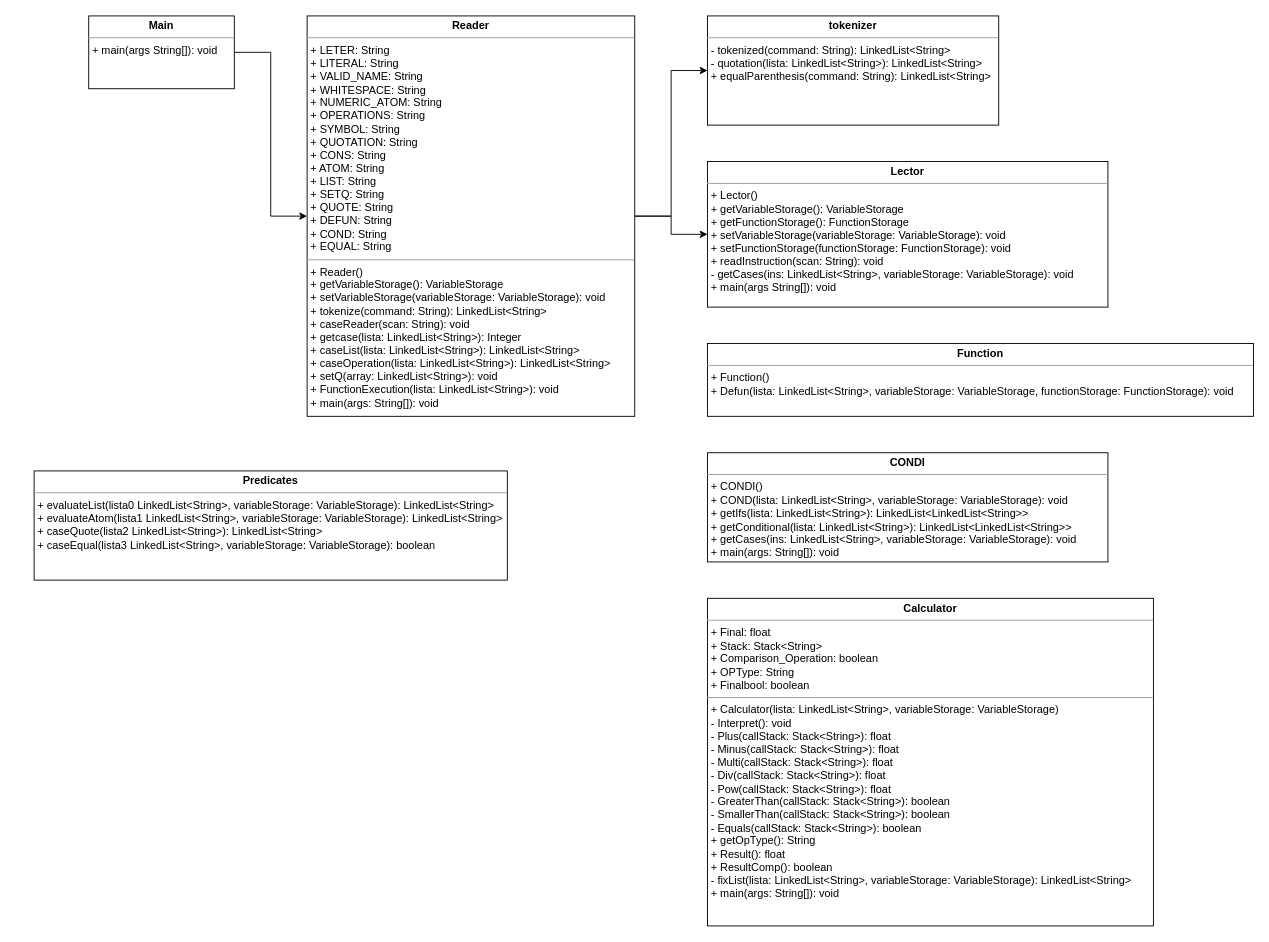
Above: Proyecto1/Fases/Fase2/Class Diagram.drawio in DiggsPapu/Proyect1_Lisp_Interpreter (draw.io), before the change. Source tidied: cells renumbered, new cells numbered last; positions are measured from the earlier drawing's top-left corner, leaving out a move shared by most shapes. Both pictures are drawn from the tidied source at 91%, with x=0, y=0 at pixel (34, 15).
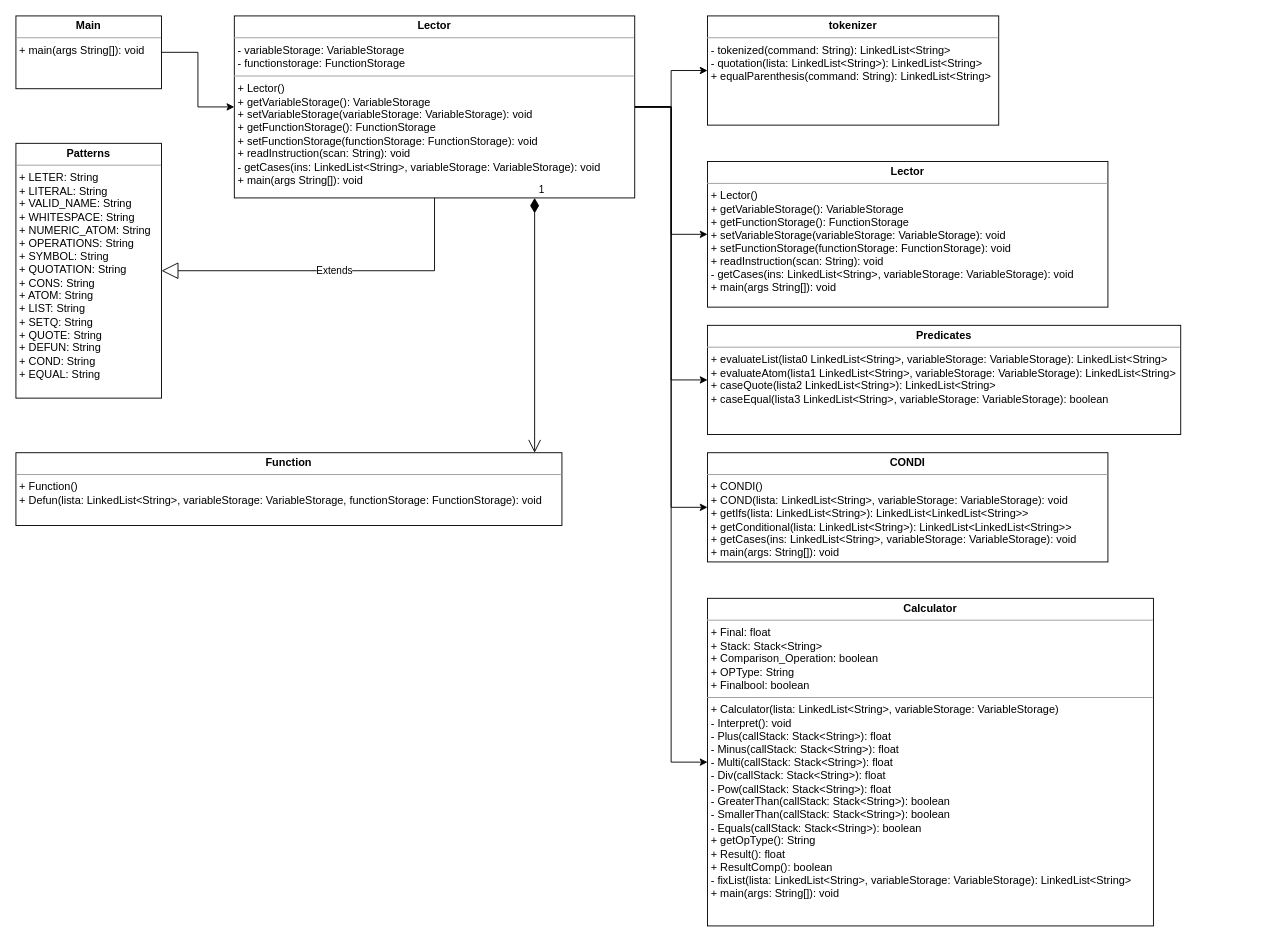
After the change.

Unchanged cells that the change refers to:
```xml
<mxCell id="10" value="&lt;p style=&quot;margin: 0px ; margin-top: 4px ; text-align: center&quot;&gt;&lt;b&gt;CONDI&lt;/b&gt;&lt;/p&gt;&lt;hr size=&quot;1&quot;&gt;&lt;p style=&quot;margin: 0px ; margin-left: 4px&quot;&gt;+ CONDI()&lt;/p&gt;&lt;p style=&quot;margin: 0px ; margin-left: 4px&quot;&gt;+ COND(lista: LinkedList&amp;lt;String&amp;gt;, variableStorage: VariableStorage): void&lt;/p&gt;&lt;p style=&quot;margin: 0px ; margin-left: 4px&quot;&gt;+ getIfs(lista: LinkedList&amp;lt;String&amp;gt;): LinkedList&amp;lt;LinkedList&amp;lt;String&amp;gt;&amp;gt;&lt;/p&gt;&lt;p style=&quot;margin: 0px ; margin-left: 4px&quot;&gt;+ getConditional(lista: LinkedList&amp;lt;String&amp;gt;): LinkedList&amp;lt;LinkedList&amp;lt;String&amp;gt;&amp;gt;&lt;/p&gt;&lt;p style=&quot;margin: 0px ; margin-left: 4px&quot;&gt;+ getCases(ins: LinkedList&amp;lt;String&amp;gt;, variableStorage: VariableStorage): void&lt;/p&gt;&lt;p style=&quot;margin: 0px ; margin-left: 4px&quot;&gt;+ main(args: String[]): void&lt;/p&gt;" style="verticalAlign=top;align=left;overflow=fill;fontSize=12;fontFamily=Helvetica;html=1;" parent="1" vertex="1">
  <mxGeometry x="740" y="480" width="440" height="120" as="geometry" />
</mxCell>
<mxCell id="11" value="&lt;p style=&quot;margin: 0px ; margin-top: 4px ; text-align: center&quot;&gt;&lt;b&gt;Calculator&lt;/b&gt;&lt;/p&gt;&lt;hr size=&quot;1&quot;&gt;&lt;p style=&quot;margin: 0px ; margin-left: 4px&quot;&gt;+ Final: float&lt;/p&gt;&lt;p style=&quot;margin: 0px ; margin-left: 4px&quot;&gt;+ Stack: Stack&amp;lt;String&amp;gt;&lt;/p&gt;&lt;p style=&quot;margin: 0px ; margin-left: 4px&quot;&gt;+ Comparison_Operation: boolean&lt;/p&gt;&lt;p style=&quot;margin: 0px ; margin-left: 4px&quot;&gt;+ OPType: String&lt;/p&gt;&lt;p style=&quot;margin: 0px ; margin-left: 4px&quot;&gt;+ Finalbool: boolean&lt;/p&gt;&lt;hr size=&quot;1&quot;&gt;&lt;p style=&quot;margin: 0px ; margin-left: 4px&quot;&gt;+ Calculator(lista: LinkedList&amp;lt;String&amp;gt;, variableStorage: VariableStorage)&lt;/p&gt;&lt;p style=&quot;margin: 0px ; margin-left: 4px&quot;&gt;- Interpret(): void&lt;/p&gt;&lt;p style=&quot;margin: 0px ; margin-left: 4px&quot;&gt;- Plus(callStack: Stack&amp;lt;String&amp;gt;): float&lt;/p&gt;&lt;p style=&quot;margin: 0px ; margin-left: 4px&quot;&gt;- Minus(callStack: Stack&amp;lt;String&amp;gt;): float&lt;br&gt;&lt;/p&gt;&lt;p style=&quot;margin: 0px ; margin-left: 4px&quot;&gt;- Multi(callStack: Stack&amp;lt;String&amp;gt;): float&lt;br&gt;&lt;/p&gt;&lt;p style=&quot;margin: 0px ; margin-left: 4px&quot;&gt;- Div(callStack: Stack&amp;lt;String&amp;gt;): float&lt;br&gt;&lt;/p&gt;&lt;p style=&quot;margin: 0px ; margin-left: 4px&quot;&gt;- Pow(callStack: Stack&amp;lt;String&amp;gt;): float&lt;br&gt;&lt;/p&gt;&lt;p style=&quot;margin: 0px ; margin-left: 4px&quot;&gt;- GreaterThan(callStack: Stack&amp;lt;String&amp;gt;): boolean&lt;br&gt;&lt;/p&gt;&lt;p style=&quot;margin: 0px ; margin-left: 4px&quot;&gt;- SmallerThan(callStack: Stack&amp;lt;String&amp;gt;): boolean&lt;br&gt;&lt;/p&gt;&lt;p style=&quot;margin: 0px ; margin-left: 4px&quot;&gt;- Equals(callStack: Stack&amp;lt;String&amp;gt;): boolean&lt;br&gt;&lt;/p&gt;&lt;p style=&quot;margin: 0px ; margin-left: 4px&quot;&gt;+ getOpType(): String&lt;/p&gt;&lt;p style=&quot;margin: 0px ; margin-left: 4px&quot;&gt;+ Result(): float&lt;/p&gt;&lt;p style=&quot;margin: 0px ; margin-left: 4px&quot;&gt;+ ResultComp(): boolean&lt;/p&gt;&lt;p style=&quot;margin: 0px ; margin-left: 4px&quot;&gt;- fixList(lista: LinkedList&amp;lt;String&amp;gt;, variableStorage: VariableStorage): LinkedList&amp;lt;String&amp;gt;&lt;/p&gt;&lt;p style=&quot;margin: 0px ; margin-left: 4px&quot;&gt;+ main(args: String[]): void&lt;/p&gt;" style="verticalAlign=top;align=left;overflow=fill;fontSize=12;fontFamily=Helvetica;html=1;" parent="1" vertex="1">
  <mxGeometry x="740" y="640" width="490" height="360" as="geometry" />
</mxCell>
```

Diff of the diagram source:
```diff
@@
+    <mxCell id="13" style="edgeStyle=orthogonalEdgeStyle;rounded=0;jettySize=auto;html=1;entryX=0;entryY=0.5;entryDx=0;entryDy=0;" parent="1" edge="1" source="4" target="11">
+      <mxGeometry relative="1" as="geometry" />
+    </mxCell>
+    <mxCell id="14" style="edgeStyle=orthogonalEdgeStyle;rounded=0;jettySize=auto;html=1;entryX=0;entryY=0.5;entryDx=0;entryDy=0;" parent="1" edge="1" source="4" target="10">
+      <mxGeometry relative="1" as="geometry" />
+    </mxCell>
+    <mxCell id="15" style="edgeStyle=orthogonalEdgeStyle;rounded=0;jettySize=auto;html=1;entryX=0;entryY=0.5;entryDx=0;entryDy=0;" parent="1" edge="1" source="4" target="12">
+      <mxGeometry relative="1" as="geometry" />
+    </mxCell>
-    <mxCell id="4" value="&lt;p style=&quot;margin: 0px ; margin-top: 4px ; text-align: center&quot;&gt;&lt;b&gt;Reader&lt;/b&gt;&lt;/p&gt;&lt;hr size=&quot;1&quot;&gt;&lt;p style=&quot;margin: 0px ; margin-left: 4px&quot;&gt;+ LETER: String&lt;/p&gt;&lt;p style=&quot;margin: 0px ; margin-left: 4px&quot;&gt;+ LITERAL: String&lt;br&gt;&lt;/p&gt;&lt;p style=&quot;margin: 0px ; margin-left: 4px&quot;&gt;+ VALID_NAME: String&lt;br&gt;&lt;/p&gt;&lt;p style=&quot;margin: 0px ; margin-left: 4px&quot;&gt;+ WHITESPACE: String&lt;br&gt;&lt;/p&gt;&lt;p style=&quot;margin: 0px ; margin-left: 4px&quot;&gt;+ NUMERIC_ATOM: String&lt;br&gt;&lt;/p&gt;&lt;p style=&quot;margin: 0px ; margin-left: 4px&quot;&gt;+ OPERATIONS: String&lt;br&gt;&lt;/p&gt;&lt;p style=&quot;margin: 0px ; margin-left: 4px&quot;&gt;+ SYMBOL: String&lt;br&gt;&lt;/p&gt;&lt;p style=&quot;margin: 0px ; margin-left: 4px&quot;&gt;+ QUOTATION: String&lt;br&gt;&lt;/p&gt;&lt;p style=&quot;margin: 0px ; margin-left: 4px&quot;&gt;+ CONS: String&lt;br&gt;&lt;/p&gt;&lt;p style=&quot;margin: 0px ; margin-left: 4px&quot;&gt;+ ATOM: String&lt;br&gt;&lt;/p&gt;&lt;p style=&quot;margin: 0px ; margin-left: 4px&quot;&gt;+ LIST: String&lt;br&gt;&lt;/p&gt;&lt;p style=&quot;margin: 0px ; margin-left: 4px&quot;&gt;+ SETQ: String&lt;br&gt;&lt;/p&gt;&lt;p style=&quot;margin: 0px ; margin-left: 4px&quot;&gt;+ QUOTE: String&lt;br&gt;&lt;/p&gt;&lt;p style=&quot;margin: 0px ; margin-left: 4px&quot;&gt;+ DEFUN: String&lt;br&gt;&lt;/p&gt;&lt;p style=&quot;margin: 0px ; margin-left: 4px&quot;&gt;+ COND: String&lt;br&gt;&lt;/p&gt;&lt;p style=&quot;margin: 0px ; margin-left: 4px&quot;&gt;+ EQUAL: String&lt;br&gt;&lt;/p&gt;&lt;hr size=&quot;1&quot;&gt;&lt;p style=&quot;margin: 0px ; margin-left: 4px&quot;&gt;+ Reader()&lt;br&gt;&lt;/p&gt;&lt;p style=&quot;margin: 0px ; margin-left: 4px&quot;&gt;+ getVariableStorage(): VariableStorage&lt;/p&gt;&lt;p style=&quot;margin: 0px ; margin-left: 4px&quot;&gt;+&amp;nbsp;setVariableStorage(variableStorage: VariableStorage): void&lt;/p&gt;&lt;p style=&quot;margin: 0px ; margin-left: 4px&quot;&gt;+ tokenize(command: String): LinkedList&amp;lt;String&amp;gt;&lt;/p&gt;&lt;p style=&quot;margin: 0px ; margin-left: 4px&quot;&gt;+ caseReader(scan: String): void&lt;/p&gt;&lt;p style=&quot;margin: 0px ; margin-left: 4px&quot;&gt;+ getcase(lista: LinkedList&amp;lt;String&amp;gt;): Integer&lt;/p&gt;&lt;p style=&quot;margin: 0px ; margin-left: 4px&quot;&gt;+ caseList(lista: LinkedList&amp;lt;String&amp;gt;): LinkedList&amp;lt;String&amp;gt;&lt;/p&gt;&lt;p style=&quot;margin: 0px ; margin-left: 4px&quot;&gt;+ caseOperation(lista: LinkedList&amp;lt;String&amp;gt;): LinkedList&amp;lt;String&amp;gt;&lt;/p&gt;&lt;p style=&quot;margin: 0px ; margin-left: 4px&quot;&gt;+ setQ(array: LinkedList&amp;lt;String&amp;gt;): void&lt;/p&gt;&lt;p style=&quot;margin: 0px ; margin-left: 4px&quot;&gt;+ FunctionExecution(lista: LinkedList&amp;lt;String&amp;gt;): void&lt;/p&gt;&lt;p style=&quot;margin: 0px ; margin-left: 4px&quot;&gt;+ main(args: String[]): void&lt;/p&gt;" style="verticalAlign=top;align=left;overflow=fill;fontSize=12;fontFamily=Helvetica;html=1;" parent="1" vertex="1">
-      <mxGeometry x="300" width="360" height="440" as="geometry" />
+    <mxCell id="4" value="&lt;p style=&quot;margin: 0px ; margin-top: 4px ; text-align: center&quot;&gt;&lt;b&gt;Lector&lt;/b&gt;&lt;/p&gt;&lt;hr size=&quot;1&quot;&gt;&lt;p style=&quot;margin: 0px ; margin-left: 4px&quot;&gt;- variableStorage: VariableStorage&lt;/p&gt;&lt;p style=&quot;margin: 0px ; margin-left: 4px&quot;&gt;- functionstorage: FunctionStorage&lt;/p&gt;&lt;hr size=&quot;1&quot;&gt;&lt;p style=&quot;margin: 0px ; margin-left: 4px&quot;&gt;+ Lector()&lt;br&gt;&lt;/p&gt;&lt;p style=&quot;margin: 0px ; margin-left: 4px&quot;&gt;+ getVariableStorage(): VariableStorage&lt;/p&gt;&lt;p style=&quot;margin: 0px ; margin-left: 4px&quot;&gt;+&amp;nbsp;setVariableStorage(variableStorage: VariableStorage): void&lt;/p&gt;&lt;p style=&quot;margin: 0px 0px 0px 4px&quot;&gt;+ getFunctionStorage(): FunctionStorage&lt;/p&gt;&lt;p style=&quot;margin: 0px 0px 0px 4px&quot;&gt;+&amp;nbsp;setFunctionStorage(functionStorage: FunctionStorage): void&lt;/p&gt;&lt;p style=&quot;margin: 0px ; margin-left: 4px&quot;&gt;+ readInstruction(scan: String): void&lt;/p&gt;&lt;p style=&quot;margin: 0px ; margin-left: 4px&quot;&gt;- getCases(ins: LinkedList&amp;lt;String&amp;gt;, variableStorage: VariableStorage): void&lt;/p&gt;&lt;p style=&quot;margin: 0px ; margin-left: 4px&quot;&gt;+ main(args String[]): void&lt;/p&gt;" style="verticalAlign=top;align=left;overflow=fill;fontSize=12;fontFamily=Helvetica;html=1;" parent="1" vertex="1">
+      <mxGeometry x="220" width="440" height="200" as="geometry" />
     </mxCell>
@@
     <mxCell id="7" value="&lt;p style=&quot;margin: 0px ; margin-top: 4px ; text-align: center&quot;&gt;&lt;b&gt;Main&lt;/b&gt;&lt;/p&gt;&lt;hr size=&quot;1&quot;&gt;&lt;p style=&quot;margin: 0px ; margin-left: 4px&quot;&gt;+ main(args String[]): void&lt;br&gt;&lt;/p&gt;" style="verticalAlign=top;align=left;overflow=fill;fontSize=12;fontFamily=Helvetica;html=1;" parent="1" vertex="1">
-      <mxGeometry x="60" width="160" height="80" as="geometry" />
+      <mxGeometry x="-20" width="160" height="80" as="geometry" />
     </mxCell>
@@
     <mxCell id="9" value="&lt;p style=&quot;margin: 0px ; margin-top: 4px ; text-align: center&quot;&gt;&lt;b&gt;Function&lt;/b&gt;&lt;/p&gt;&lt;hr size=&quot;1&quot;&gt;&lt;p style=&quot;margin: 0px ; margin-left: 4px&quot;&gt;+ Function()&lt;/p&gt;&lt;p style=&quot;margin: 0px ; margin-left: 4px&quot;&gt;+ Defun(lista: LinkedList&amp;lt;String&amp;gt;, variableStorage: VariableStorage, functionStorage: FunctionStorage): void&lt;/p&gt;" style="verticalAlign=top;align=left;overflow=fill;fontSize=12;fontFamily=Helvetica;html=1;" parent="1" vertex="1">
-      <mxGeometry x="740" y="360" width="600" height="80" as="geometry" />
+      <mxGeometry x="-20" y="480" width="600" height="80" as="geometry" />
     </mxCell>
@@
     <mxCell id="12" value="&lt;p style=&quot;margin: 0px ; margin-top: 4px ; text-align: center&quot;&gt;&lt;b&gt;Predicates&lt;/b&gt;&lt;/p&gt;&lt;hr size=&quot;1&quot;&gt;&lt;p style=&quot;margin: 0px ; margin-left: 4px&quot;&gt;+ evaluateList(lista0 LinkedList&amp;lt;String&amp;gt;, variableStorage: VariableStorage): LinkedList&amp;lt;String&amp;gt;&lt;/p&gt;&lt;p style=&quot;margin: 0px ; margin-left: 4px&quot;&gt;+ evaluateAtom(lista1 LinkedList&amp;lt;String&amp;gt;, variableStorage: VariableStorage): LinkedList&amp;lt;String&amp;gt;&lt;br&gt;&lt;/p&gt;&lt;p style=&quot;margin: 0px ; margin-left: 4px&quot;&gt;+ caseQuote(lista2 LinkedList&amp;lt;String&amp;gt;): LinkedList&amp;lt;String&amp;gt;&lt;br&gt;&lt;/p&gt;&lt;p style=&quot;margin: 0px ; margin-left: 4px&quot;&gt;+ caseEqual(lista3 LinkedList&amp;lt;String&amp;gt;, variableStorage: VariableStorage): boolean&lt;br&gt;&lt;/p&gt;&lt;p style=&quot;margin: 0px ; margin-left: 4px&quot;&gt;&lt;br&gt;&lt;/p&gt;" style="verticalAlign=top;align=left;overflow=fill;fontSize=12;fontFamily=Helvetica;html=1;" parent="1" vertex="1">
-      <mxGeometry y="500" width="520" height="120" as="geometry" />
+      <mxGeometry x="740" y="340" width="520" height="120" as="geometry" />
     </mxCell>
+    <mxCell id="16" value="&lt;p style=&quot;margin: 0px ; margin-top: 4px ; text-align: center&quot;&gt;&lt;b&gt;Patterns&lt;/b&gt;&lt;/p&gt;&lt;hr size=&quot;1&quot;&gt;&lt;p style=&quot;margin: 0px ; margin-left: 4px&quot;&gt;+ LETER: String&lt;/p&gt;&lt;p style=&quot;margin: 0px ; margin-left: 4px&quot;&gt;+ LITERAL: String&lt;br&gt;&lt;/p&gt;&lt;p style=&quot;margin: 0px ; margin-left: 4px&quot;&gt;+ VALID_NAME: String&lt;br&gt;&lt;/p&gt;&lt;p style=&quot;margin: 0px ; margin-left: 4px&quot;&gt;+ WHITESPACE: String&lt;br&gt;&lt;/p&gt;&lt;p style=&quot;margin: 0px ; margin-left: 4px&quot;&gt;+ NUMERIC_ATOM: String&lt;br&gt;&lt;/p&gt;&lt;p style=&quot;margin: 0px ; margin-left: 4px&quot;&gt;+ OPERATIONS: String&lt;br&gt;&lt;/p&gt;&lt;p style=&quot;margin: 0px ; margin-left: 4px&quot;&gt;+ SYMBOL: String&lt;br&gt;&lt;/p&gt;&lt;p style=&quot;margin: 0px ; margin-left: 4px&quot;&gt;+ QUOTATION: String&lt;br&gt;&lt;/p&gt;&lt;p style=&quot;margin: 0px ; margin-left: 4px&quot;&gt;+ CONS: String&lt;br&gt;&lt;/p&gt;&lt;p style=&quot;margin: 0px ; margin-left: 4px&quot;&gt;+ ATOM: String&lt;br&gt;&lt;/p&gt;&lt;p style=&quot;margin: 0px ; margin-left: 4px&quot;&gt;+ LIST: String&lt;br&gt;&lt;/p&gt;&lt;p style=&quot;margin: 0px ; margin-left: 4px&quot;&gt;+ SETQ: String&lt;br&gt;&lt;/p&gt;&lt;p style=&quot;margin: 0px ; margin-left: 4px&quot;&gt;+ QUOTE: String&lt;br&gt;&lt;/p&gt;&lt;p style=&quot;margin: 0px ; margin-left: 4px&quot;&gt;+ DEFUN: String&lt;br&gt;&lt;/p&gt;&lt;p style=&quot;margin: 0px ; margin-left: 4px&quot;&gt;+ COND: String&lt;br&gt;&lt;/p&gt;&lt;p style=&quot;margin: 0px ; margin-left: 4px&quot;&gt;+ EQUAL: String&lt;/p&gt;" style="verticalAlign=top;align=left;overflow=fill;fontSize=12;fontFamily=Helvetica;html=1;" parent="1" vertex="1">
+      <mxGeometry x="-20" y="140" width="160" height="280" as="geometry" />
+    </mxCell>
+    <mxCell id="17" value="Extends" style="endArrow=block;endSize=16;endFill=0;html=1;rounded=0;exitX=0.5;exitY=1;exitDx=0;exitDy=0;entryX=1;entryY=0.5;entryDx=0;entryDy=0;" parent="1" edge="1" source="4" target="16">
+      <mxGeometry relative="1" as="geometry">
+        <Array as="points">
+          <mxPoint x="440" y="280" />
+        </Array>
+      </mxGeometry>
+    </mxCell>
+    <mxCell id="18" value="1" style="endArrow=open;html=1;endSize=12;startArrow=diamondThin;startSize=14;startFill=1;edgeStyle=orthogonalEdgeStyle;align=left;verticalAlign=bottom;rounded=0;exitX=0.75;exitY=1;exitDx=0;exitDy=0;entryX=0.95;entryY=0;entryDx=0;entryDy=0;entryPerimeter=0;" parent="1" edge="1" source="4" target="9">
+      <mxGeometry x="-1" y="3" relative="1" as="geometry" />
+    </mxCell>
```
